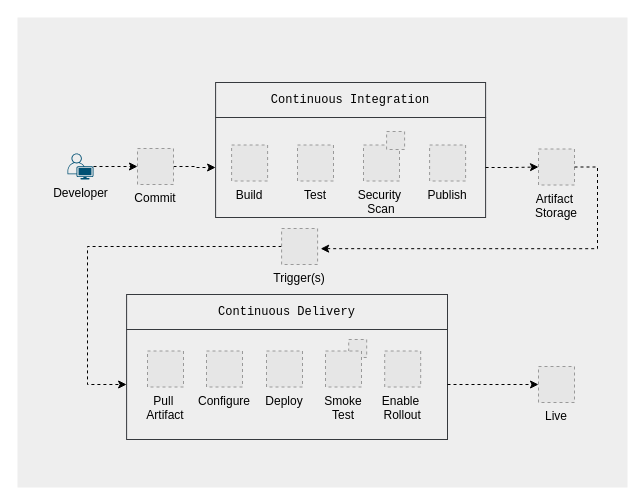
The draw.io diagram knowledge/secdevops/cicd/CICD.drawio in bigbird023/bigbird023.github.io, before the edit. Source tidied: cells renumbered, new cells numbered last; positions are measured from the earlier drawing's top-left corner, leaving out a move shared by most shapes. Both pictures are drawn from the tidied source at 100%, with x=0, y=0 at pixel (17, 17). Pictures stored in the file or linked from it are replaced by grey dashed boxes.
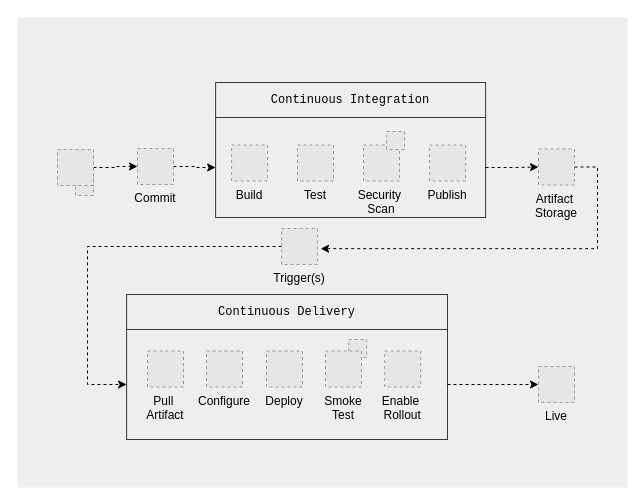
After the change.

The change refers to these unchanged cells:
```xml
<mxCell id="14" value="Commit" style="fillColor=#E6E6E6;strokeColor=#999999;dashed=1;verticalLabelPosition=bottom;labelBackgroundColor=none;verticalAlign=top;fontColor=light-dark(#000000,#5985E1);" parent="1" vertex="1">
  <mxGeometry x="120" y="131" width="36" height="36" as="geometry" />
</mxCell>
```

Change to the diagram source:
```diff
@@
-    <mxCell id="4" value="Developer" style="points=[[0.35,0,0],[0.98,0.51,0],[1,0.71,0],[0.67,1,0],[0,0.795,0],[0,0.65,0]];verticalLabelPosition=bottom;sketch=0;html=1;verticalAlign=top;align=center;shape=mxgraph.cisco19.user;fillColor=#005073;strokeColor=none;fontColor=light-dark(#000000,#5985E1);" parent="1" vertex="1">
-      <mxGeometry x="50" y="136" width="26" height="26" as="geometry" />
-    </mxCell>
@@
-    <mxCell id="6" style="edgeStyle=orthogonalEdgeStyle;rounded=0;jettySize=auto;html=1;dashed=1;flowAnimation=1;strokeColor=light-dark(#000000,#000000);" parent="1" edge="1" source="4" target="14">
+    <mxCell id="6" style="edgeStyle=orthogonalEdgeStyle;rounded=0;jettySize=auto;html=1;dashed=1;flowAnimation=1;strokeColor=light-dark(#000000,#000000);" parent="1" edge="1" source="30" target="14">
       <mxGeometry relative="1" as="geometry" />
     </mxCell>
@@
+    <mxCell id="29" style="fillColor=#E6E6E6;strokeColor=#999999;dashed=1;verticalLabelPosition=bottom;labelBackgroundColor=default;verticalAlign=top;" parent="1" vertex="1">
+      <mxGeometry x="58" y="160" width="18" height="18" as="geometry" />
+    </mxCell>
+    <mxCell id="30" style="fillColor=#E6E6E6;strokeColor=#999999;dashed=1;verticalLabelPosition=bottom;labelBackgroundColor=default;verticalAlign=top;" parent="1" vertex="1">
+      <mxGeometry x="40" y="132" width="36" height="36" as="geometry" />
+    </mxCell>
```
